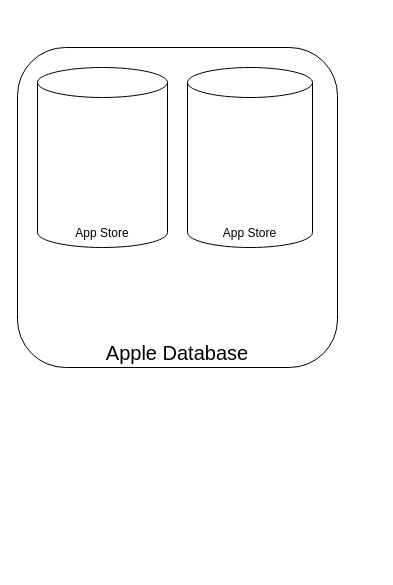
The draw.io diagram charts/IOSAppLicensing.drawio in Marcus5408/draw.io-charts, before the edit. Source tidied: cells renumbered, new cells numbered last; positions are measured from the earlier drawing's top-left corner, leaving out a move shared by most shapes. Both pictures are drawn from the tidied source at 100%, with x=0, y=0 at pixel (17, 47).
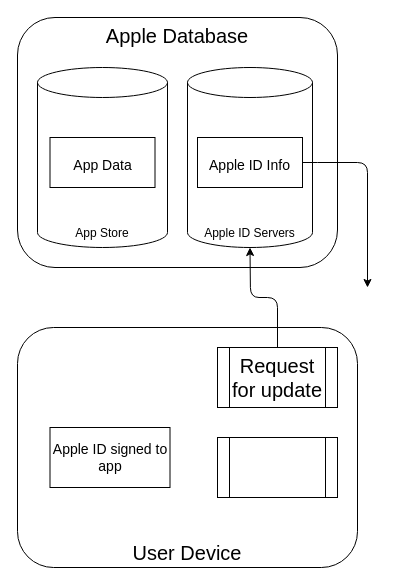
After the change.

The edit, as a diff of the source:
```diff
@@
 <mxGraphModel>
   <root>
     <mxCell id="0" />
     <mxCell id="1" parent="0" />
-    <mxCell id="2" value="Apple Database" style="rounded=1;whiteSpace=wrap;html=1;fontSize=20;verticalAlign=bottom;" parent="1" vertex="1">
-      <mxGeometry width="320" height="320" as="geometry" />
+    <mxCell id="2" value="Apple Database" style="rounded=1;whiteSpace=wrap;html=1;fontSize=20;verticalAlign=top;labelPosition=center;verticalLabelPosition=middle;align=center;" parent="1" vertex="1">
+      <mxGeometry y="-30" width="320" height="250" as="geometry" />
     </mxCell>
-    <mxCell id="3" value="App Store" style="shape=cylinder3;whiteSpace=wrap;html=1;boundedLbl=1;backgroundOutline=1;size=15;labelPosition=center;verticalLabelPosition=middle;align=center;verticalAlign=bottom;" parent="1" vertex="1">
+    <mxCell id="3" value="Apple ID Servers" style="shape=cylinder3;whiteSpace=wrap;html=1;boundedLbl=1;backgroundOutline=1;size=15;labelPosition=center;verticalLabelPosition=middle;align=center;verticalAlign=bottom;" parent="1" vertex="1">
       <mxGeometry x="170" y="20" width="125" height="180" as="geometry" />
     </mxCell>
     <mxCell id="4" value="App Store" style="shape=cylinder3;whiteSpace=wrap;html=1;boundedLbl=1;backgroundOutline=1;size=15;labelPosition=center;verticalLabelPosition=middle;align=center;verticalAlign=bottom;" parent="1" vertex="1">
       <mxGeometry x="20" y="20" width="130" height="180" as="geometry" />
     </mxCell>
+    <mxCell id="5" value="&lt;font style=&quot;font-size: 14px&quot;&gt;App Data&lt;/font&gt;" style="rounded=0;whiteSpace=wrap;html=1;fontSize=20;" parent="1" vertex="1">
+      <mxGeometry x="32.5" y="90" width="105" height="50" as="geometry" />
+    </mxCell>
+    <mxCell id="6" value="&lt;font style=&quot;font-size: 14px&quot;&gt;Apple ID Info&lt;/font&gt;" style="rounded=0;whiteSpace=wrap;html=1;fontSize=20;" parent="1" vertex="1">
+      <mxGeometry x="180" y="90" width="105" height="50" as="geometry" />
+    </mxCell>
+    <mxCell id="7" value="User Device" style="rounded=1;whiteSpace=wrap;html=1;fontSize=20;verticalAlign=bottom;" parent="1" vertex="1">
+      <mxGeometry y="280" width="340" height="240" as="geometry" />
+    </mxCell>
+    <mxCell id="8" value="Request for update" style="shape=process;whiteSpace=wrap;html=1;backgroundOutline=1;fontSize=20;" parent="1" vertex="1">
+      <mxGeometry x="200" y="300" width="120" height="60" as="geometry" />
+    </mxCell>
+    <mxCell id="9" style="endArrow=classic;html=1;fontSize=20;exitX=0.5;exitY=0;exitDx=0;exitDy=0;entryX=0.5;entryY=1;entryDx=0;entryDy=0;entryPerimeter=0;" parent="1" edge="1" source="8" target="3">
+      <mxGeometry relative="1" as="geometry">
+        <Array as="points">
+          <mxPoint x="260" y="250" />
+          <mxPoint x="233" y="250" />
+        </Array>
+      </mxGeometry>
+    </mxCell>
+    <mxCell id="10" style="shape=process;whiteSpace=wrap;html=1;backgroundOutline=1;fontSize=20;" parent="1" vertex="1">
+      <mxGeometry x="200" y="390" width="120" height="60" as="geometry" />
+    </mxCell>
+    <mxCell id="11" style="endArrow=classic;html=1;fontSize=20;exitX=1;exitY=0.5;exitDx=0;exitDy=0;" parent="1" edge="1" source="6">
+      <mxGeometry relative="1" as="geometry">
+        <mxPoint x="350" y="240" as="targetPoint" />
+        <Array as="points">
+          <mxPoint x="310" y="115" />
+          <mxPoint x="350" y="115" />
+        </Array>
+      </mxGeometry>
+    </mxCell>
+    <mxCell id="12" value="Apple ID signed to app" style="rounded=0;whiteSpace=wrap;html=1;fontSize=14;" parent="1" vertex="1">
+      <mxGeometry x="32.5" y="380" width="120" height="60" as="geometry" />
+    </mxCell>
   </root>
 </mxGraphModel>
```
